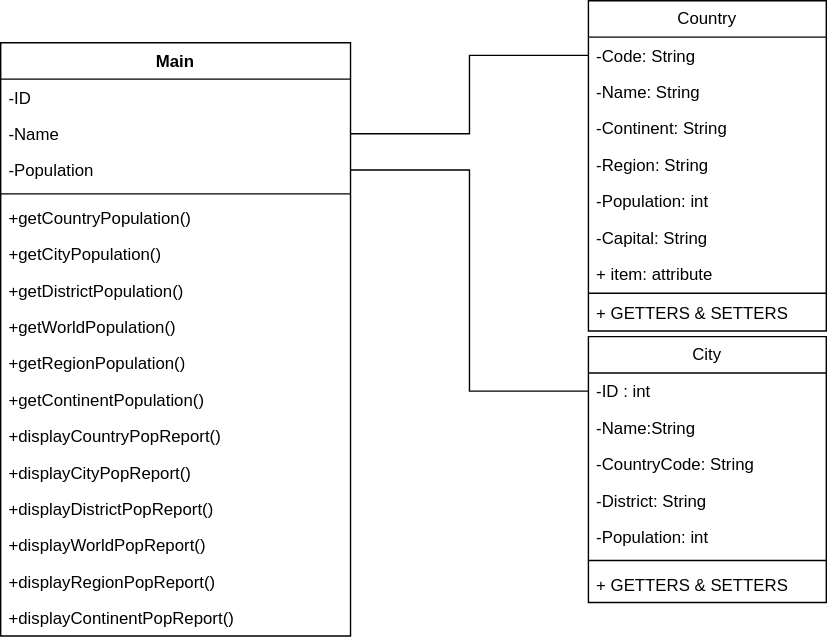
Before: UC05ClassDiagrams.svg, a diagram exported from draw.io (KMilej/SET08103-GeoMetrics). Source tidied: cells renumbered, new cells last; positions are measured from the earlier drawing's top-left corner, leaving out a move shared by most shapes.
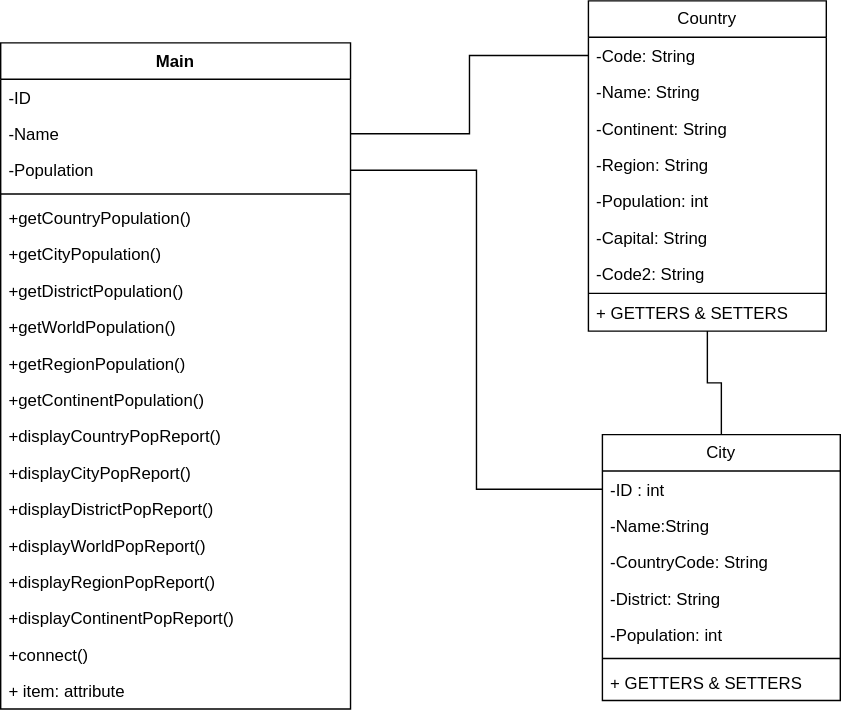
The same file after the commit.

The edit, as a diff of the source:
```diff
@@ -3,7 +3,7 @@
     <mxCell id="0" />
     <mxCell id="1" parent="0" />
     <mxCell id="2" value="Main" style="swimlane;fontStyle=1;align=center;verticalAlign=top;horizontal=1;startSize=26;whiteSpace=wrap;html=1;" parent="1" vertex="1">
-      <mxGeometry y="30" width="250" height="424" as="geometry" />
+      <mxGeometry y="30" width="250" height="476" as="geometry" />
     </mxCell>
     <mxCell id="3" value="-ID" style="text;strokeColor=none;fillColor=none;align=left;verticalAlign=top;spacingLeft=4;spacingRight=4;overflow=hidden;whiteSpace=wrap;html=1;" parent="2" vertex="1">
       <mxGeometry y="26" width="250" height="26" as="geometry" />
@@ -53,6 +53,15 @@
     <mxCell id="18" value="+displayContinentPopReport()" style="text;strokeColor=none;fillColor=none;align=left;verticalAlign=top;spacingLeft=4;spacingRight=4;overflow=hidden;whiteSpace=wrap;html=1;" parent="2" vertex="1">
       <mxGeometry y="398" width="250" height="26" as="geometry" />
     </mxCell>
+    <mxCell id="39" value="+connect()" style="text;strokeColor=none;fillColor=none;align=left;verticalAlign=top;spacingLeft=4;spacingRight=4;overflow=hidden;whiteSpace=wrap;html=1;" parent="2" vertex="1">
+      <mxGeometry y="424" width="250" height="26" as="geometry" />
+    </mxCell>
+    <mxCell id="40" value="+ item: attribute" style="text;strokeColor=none;fillColor=none;align=left;verticalAlign=top;spacingLeft=4;spacingRight=4;overflow=hidden;whiteSpace=wrap;html=1;" parent="2" vertex="1">
+      <mxGeometry y="450" width="250" height="26" as="geometry" />
+    </mxCell>
+    <mxCell id="41" style="edgeStyle=orthogonalEdgeStyle;rounded=0;jettySize=auto;html=1;entryX=0.5;entryY=0;entryDx=0;entryDy=0;endArrow=none;endFill=0;" parent="1" edge="1" source="19" target="29">
+      <mxGeometry relative="1" as="geometry" />
+    </mxCell>
     <mxCell id="19" value="Country" style="swimlane;fontStyle=0;horizontal=1;startSize=26;fillColor=none;whiteSpace=wrap;html=1;" parent="1" vertex="1">
       <mxGeometry x="420" width="170" height="236" as="geometry" />
     </mxCell>
@@ -74,7 +83,7 @@
     <mxCell id="25" value="-Capital: String" style="text;strokeColor=none;fillColor=none;align=left;verticalAlign=top;spacingLeft=4;spacingRight=4;overflow=hidden;whiteSpace=wrap;html=1;" parent="19" vertex="1">
       <mxGeometry y="156" width="170" height="26" as="geometry" />
     </mxCell>
-    <mxCell id="26" value="+ item: attribute" style="text;strokeColor=none;fillColor=none;align=left;verticalAlign=top;spacingLeft=4;spacingRight=4;overflow=hidden;whiteSpace=wrap;html=1;" parent="19" vertex="1">
+    <mxCell id="26" value="-Code2: String" style="text;strokeColor=none;fillColor=none;align=left;verticalAlign=top;spacingLeft=4;spacingRight=4;overflow=hidden;whiteSpace=wrap;html=1;" parent="19" vertex="1">
       <mxGeometry y="182" width="170" height="26" as="geometry" />
     </mxCell>
     <mxCell id="27" style="line;strokeWidth=1;fillColor=none;align=left;verticalAlign=middle;spacingTop=-1;spacingLeft=3;spacingRight=3;labelPosition=right;strokeColor=inherit;" parent="19" vertex="1">
@@ -84,7 +93,7 @@
       <mxGeometry y="210" width="170" height="26" as="geometry" />
     </mxCell>
     <mxCell id="29" value="City" style="swimlane;fontStyle=0;horizontal=1;startSize=26;fillColor=none;whiteSpace=wrap;html=1;" parent="1" vertex="1">
-      <mxGeometry x="420" y="240" width="170" height="190" as="geometry" />
+      <mxGeometry x="430" y="310" width="170" height="190" as="geometry" />
     </mxCell>
     <mxCell id="30" value="-ID : int" style="text;strokeColor=none;fillColor=none;align=left;verticalAlign=top;spacingLeft=4;spacingRight=4;overflow=hidden;points=[[0,0.5],[1,0.5]];portConstraint=eastwest;whiteSpace=wrap;html=1;" parent="29" vertex="1">
       <mxGeometry y="26" width="170" height="26" as="geometry" />
```
